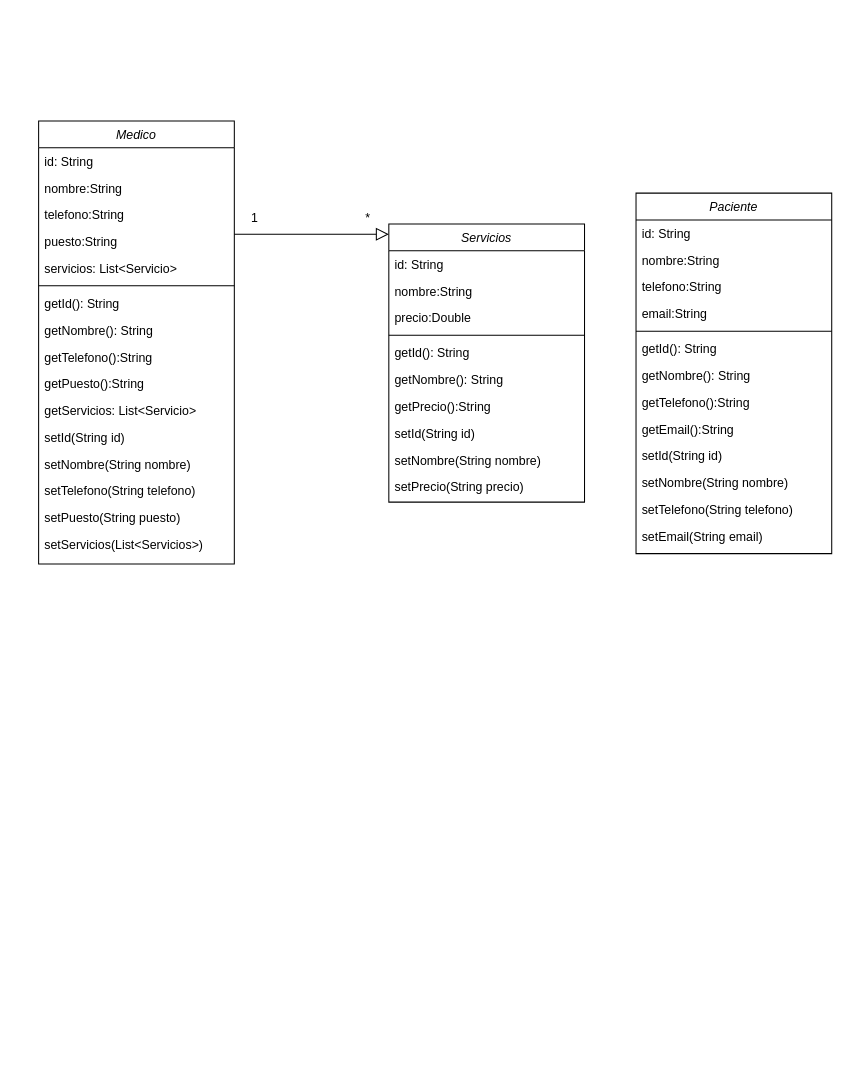
Above: CLINICA DENTAL/CLINICA DENTAL/build/classes/Diagramas/DiagramaClasesProyecto.drawio in IsaacVil/Simulated-Clinic-Object-Oriented-Programming (draw.io), before the change. Source tidied: cells renumbered, new cells numbered last; positions are measured from the earlier drawing's top-left corner, leaving out a move shared by most shapes. Both pictures are drawn from the tidied source at 103%, with x=0, y=0 at pixel (38, 121).
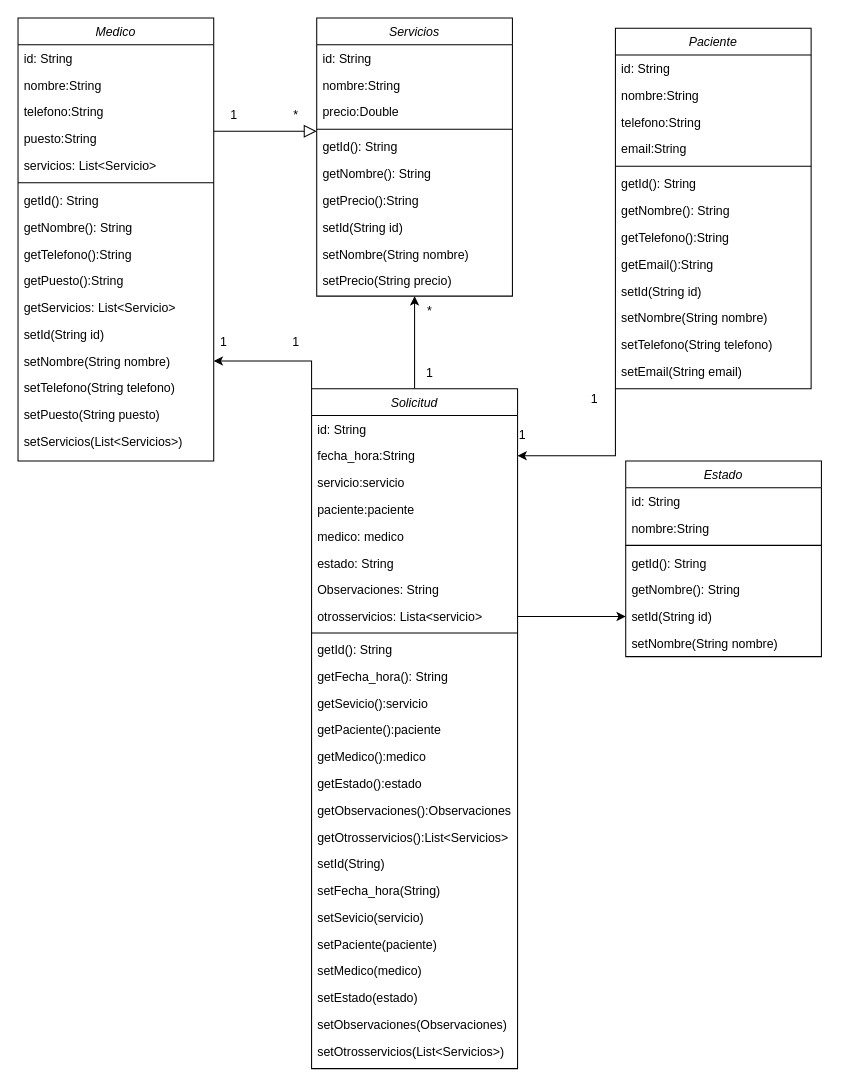
Above is the later version.

The change refers to these unchanged cells:
```xml
<mxCell id="15" value="setNombre(String nombre)" style="text;align=left;verticalAlign=top;spacingLeft=4;spacingRight=4;overflow=hidden;points=[[0,0.5],[1,0.5]];portConstraint=eastwest;" parent="2" vertex="1">
  <mxGeometry y="320" width="190" height="26" as="geometry" />
</mxCell>
```

Diff of the diagram source:
```diff
@@
     <mxCell id="2" value="Medico" style="swimlane;fontStyle=2;align=center;verticalAlign=top;horizontal=1;startSize=26;rounded=0;shadow=0;strokeWidth=1;" parent="1" vertex="1">
-      <mxGeometry width="190" height="430" as="geometry" />
+      <mxGeometry x="-20" y="-100" width="190" height="430" as="geometry" />
     </mxCell>
@@
+    <mxCell id="47" style="edgeStyle=orthogonalEdgeStyle;rounded=0;jettySize=auto;html=1;exitX=0;exitY=1;exitDx=0;exitDy=0;entryX=1;entryY=0.5;entryDx=0;entryDy=0;" parent="1" edge="1" source="19" target="52">
+      <mxGeometry relative="1" as="geometry" />
+    </mxCell>
     <mxCell id="19" value="Paciente" style="swimlane;fontStyle=2;align=center;verticalAlign=top;horizontal=1;startSize=26;rounded=0;shadow=0;strokeWidth=1;" parent="1" vertex="1">
-      <mxGeometry x="580" y="70" width="190" height="350" as="geometry" />
+      <mxGeometry x="560" y="-90" width="190" height="350" as="geometry" />
     </mxCell>
@@
     <mxCell id="33" value="Servicios" style="swimlane;fontStyle=2;align=center;verticalAlign=top;horizontal=1;startSize=26;rounded=0;shadow=0;strokeWidth=1;" parent="1" vertex="1">
-      <mxGeometry x="340" y="100" width="190" height="270" as="geometry" />
+      <mxGeometry x="270" y="-100" width="190" height="270" as="geometry" />
     </mxCell>
@@
     <mxCell id="44" style="endArrow=block;endSize=10;endFill=0;shadow=0;strokeWidth=1;rounded=0;curved=0;edgeStyle=elbowEdgeStyle;elbow=vertical;" parent="1" edge="1" target="33">
       <mxGeometry relative="1" as="geometry">
-        <mxPoint x="190" y="110" as="sourcePoint" />
+        <mxPoint x="170" y="10" as="sourcePoint" />
       </mxGeometry>
     </mxCell>
     <mxCell id="45" value="1" style="text;html=1;align=center;verticalAlign=middle;whiteSpace=wrap;rounded=0;" parent="1" vertex="1">
-      <mxGeometry x="180" y="80" width="60" height="30" as="geometry" />
+      <mxGeometry x="160" y="-20" width="60" height="30" as="geometry" />
     </mxCell>
     <mxCell id="46" value="*" style="text;html=1;align=center;verticalAlign=middle;whiteSpace=wrap;rounded=0;" parent="1" vertex="1">
-      <mxGeometry x="290" y="80" width="60" height="30" as="geometry" />
+      <mxGeometry x="220" y="-20" width="60" height="30" as="geometry" />
     </mxCell>
+    <mxCell id="48" style="edgeStyle=orthogonalEdgeStyle;rounded=0;jettySize=auto;html=1;exitX=0.5;exitY=0;exitDx=0;exitDy=0;entryX=0.5;entryY=1;entryDx=0;entryDy=0;" parent="1" edge="1" source="50" target="33">
+      <mxGeometry relative="1" as="geometry" />
+    </mxCell>
+    <mxCell id="49" style="edgeStyle=orthogonalEdgeStyle;rounded=0;jettySize=auto;html=1;exitX=0;exitY=0;exitDx=0;exitDy=0;entryX=1;entryY=0.5;entryDx=0;entryDy=0;" parent="1" edge="1" source="50" target="15">
+      <mxGeometry relative="1" as="geometry" />
+    </mxCell>
+    <mxCell id="50" value="Solicitud" style="swimlane;fontStyle=2;align=center;verticalAlign=top;horizontal=1;startSize=26;rounded=0;shadow=0;strokeWidth=1;" parent="1" vertex="1">
+      <mxGeometry x="265" y="260" width="200" height="660" as="geometry" />
+    </mxCell>
+    <mxCell id="51" value="id: String" style="text;align=left;verticalAlign=top;spacingLeft=4;spacingRight=4;overflow=hidden;" parent="50" vertex="1">
+      <mxGeometry y="26" width="200" height="26" as="geometry" />
+    </mxCell>
+    <mxCell id="52" value="fecha_hora:String" style="text;align=left;verticalAlign=top;spacingLeft=4;spacingRight=4;overflow=hidden;points=[[0,0.5],[1,0.5]];portConstraint=eastwest;rounded=0;shadow=0;html=0;" parent="50" vertex="1">
+      <mxGeometry y="52" width="200" height="26" as="geometry" />
+    </mxCell>
+    <mxCell id="53" value="servicio:servicio" style="text;align=left;verticalAlign=top;spacingLeft=4;spacingRight=4;overflow=hidden;rounded=0;shadow=0;html=0;" parent="50" vertex="1">
+      <mxGeometry y="78" width="200" height="26" as="geometry" />
+    </mxCell>
+    <mxCell id="54" value="paciente:paciente" style="text;align=left;verticalAlign=top;spacingLeft=4;spacingRight=4;overflow=hidden;" parent="50" vertex="1">
+      <mxGeometry y="104" width="200" height="26" as="geometry" />
+    </mxCell>
+    <mxCell id="55" value="medico: medico" style="text;align=left;verticalAlign=top;spacingLeft=4;spacingRight=4;overflow=hidden;" parent="50" vertex="1">
+      <mxGeometry y="130" width="200" height="26" as="geometry" />
+    </mxCell>
+    <mxCell id="56" value="estado: String" style="text;align=left;verticalAlign=top;spacingLeft=4;spacingRight=4;overflow=hidden;" parent="50" vertex="1">
+      <mxGeometry y="156" width="200" height="26" as="geometry" />
+    </mxCell>
+    <mxCell id="57" value="Observaciones: String" style="text;align=left;verticalAlign=top;spacingLeft=4;spacingRight=4;overflow=hidden;" parent="50" vertex="1">
+      <mxGeometry y="182" width="200" height="26" as="geometry" />
+    </mxCell>
+    <mxCell id="58" value="otrosservicios: Lista&lt;servicio&gt;" style="text;align=left;verticalAlign=top;spacingLeft=4;spacingRight=4;overflow=hidden;points=[[0,0.5],[1,0.5]];portConstraint=eastwest;" parent="50" vertex="1">
+      <mxGeometry y="208" width="200" height="26" as="geometry" />
+    </mxCell>
+    <mxCell id="59" style="line;html=1;strokeWidth=1;align=left;verticalAlign=middle;spacingTop=-1;spacingLeft=3;spacingRight=3;labelPosition=right;" parent="50" vertex="1">
+      <mxGeometry y="234" width="200" height="6" as="geometry" />
+    </mxCell>
+    <mxCell id="60" value="getId(): String" style="text;align=left;verticalAlign=top;spacingLeft=4;spacingRight=4;overflow=hidden;" parent="50" vertex="1">
+      <mxGeometry y="240" width="200" height="26" as="geometry" />
+    </mxCell>
+    <mxCell id="61" value="getFecha_hora(): String" style="text;align=left;verticalAlign=top;spacingLeft=4;spacingRight=4;overflow=hidden;" parent="50" vertex="1">
+      <mxGeometry y="266" width="200" height="26" as="geometry" />
+    </mxCell>
+    <mxCell id="62" value="getSevicio():servicio" style="text;align=left;verticalAlign=top;spacingLeft=4;spacingRight=4;overflow=hidden;" parent="50" vertex="1">
+      <mxGeometry y="292" width="200" height="26" as="geometry" />
+    </mxCell>
+    <mxCell id="63" value="getPaciente():paciente" style="text;align=left;verticalAlign=top;spacingLeft=4;spacingRight=4;overflow=hidden;" parent="50" vertex="1">
+      <mxGeometry y="318" width="200" height="26" as="geometry" />
+    </mxCell>
+    <mxCell id="64" value="getMedico():medico" style="text;align=left;verticalAlign=top;spacingLeft=4;spacingRight=4;overflow=hidden;" parent="50" vertex="1">
+      <mxGeometry y="344" width="200" height="26" as="geometry" />
+    </mxCell>
+    <mxCell id="65" value="getEstado():estado" style="text;align=left;verticalAlign=top;spacingLeft=4;spacingRight=4;overflow=hidden;" parent="50" vertex="1">
+      <mxGeometry y="370" width="200" height="26" as="geometry" />
+    </mxCell>
+    <mxCell id="66" value="getObservaciones():Observaciones" style="text;align=left;verticalAlign=top;spacingLeft=4;spacingRight=4;overflow=hidden;" parent="50" vertex="1">
+      <mxGeometry y="396" width="200" height="26" as="geometry" />
+    </mxCell>
+    <mxCell id="67" value="getOtrosservicios():List&lt;Servicios&gt;" style="text;align=left;verticalAlign=top;spacingLeft=4;spacingRight=4;overflow=hidden;" parent="50" vertex="1">
+      <mxGeometry y="422" width="200" height="26" as="geometry" />
+    </mxCell>
+    <mxCell id="68" value="setId(String)" style="text;align=left;verticalAlign=top;spacingLeft=4;spacingRight=4;overflow=hidden;" parent="50" vertex="1">
+      <mxGeometry y="448" width="200" height="26" as="geometry" />
+    </mxCell>
+    <mxCell id="69" value="setFecha_hora(String)" style="text;align=left;verticalAlign=top;spacingLeft=4;spacingRight=4;overflow=hidden;" parent="50" vertex="1">
+      <mxGeometry y="474" width="200" height="26" as="geometry" />
+    </mxCell>
+    <mxCell id="70" value="setSevicio(servicio)" style="text;align=left;verticalAlign=top;spacingLeft=4;spacingRight=4;overflow=hidden;" parent="50" vertex="1">
+      <mxGeometry y="500" width="200" height="26" as="geometry" />
+    </mxCell>
+    <mxCell id="71" value="setPaciente(paciente)" style="text;align=left;verticalAlign=top;spacingLeft=4;spacingRight=4;overflow=hidden;" parent="50" vertex="1">
+      <mxGeometry y="526" width="200" height="26" as="geometry" />
+    </mxCell>
+    <mxCell id="72" value="setMedico(medico)" style="text;align=left;verticalAlign=top;spacingLeft=4;spacingRight=4;overflow=hidden;" parent="50" vertex="1">
+      <mxGeometry y="552" width="200" height="26" as="geometry" />
+    </mxCell>
+    <mxCell id="73" value="setEstado(estado)" style="text;align=left;verticalAlign=top;spacingLeft=4;spacingRight=4;overflow=hidden;" parent="50" vertex="1">
+      <mxGeometry y="578" width="200" height="26" as="geometry" />
+    </mxCell>
+    <mxCell id="74" value="setObservaciones(Observaciones)" style="text;align=left;verticalAlign=top;spacingLeft=4;spacingRight=4;overflow=hidden;" parent="50" vertex="1">
+      <mxGeometry y="604" width="200" height="26" as="geometry" />
+    </mxCell>
+    <mxCell id="75" value="setOtrosservicios(List&lt;Servicios&gt;)" style="text;align=left;verticalAlign=top;spacingLeft=4;spacingRight=4;overflow=hidden;" parent="50" vertex="1">
+      <mxGeometry y="630" width="200" height="26" as="geometry" />
+    </mxCell>
+    <mxCell id="76" value="Estado" style="swimlane;fontStyle=2;align=center;verticalAlign=top;horizontal=1;startSize=26;rounded=0;shadow=0;strokeWidth=1;" parent="1" vertex="1">
+      <mxGeometry x="570" y="330" width="190" height="190" as="geometry" />
+    </mxCell>
+    <mxCell id="77" value="id: String" style="text;align=left;verticalAlign=top;spacingLeft=4;spacingRight=4;overflow=hidden;" parent="76" vertex="1">
+      <mxGeometry y="26" width="190" height="26" as="geometry" />
+    </mxCell>
+    <mxCell id="78" value="nombre:String" style="text;align=left;verticalAlign=top;spacingLeft=4;spacingRight=4;overflow=hidden;rounded=0;shadow=0;html=0;" parent="76" vertex="1">
+      <mxGeometry y="52" width="190" height="26" as="geometry" />
+    </mxCell>
+    <mxCell id="79" style="line;html=1;strokeWidth=1;align=left;verticalAlign=middle;spacingTop=-1;spacingLeft=3;spacingRight=3;labelPosition=right;" parent="76" vertex="1">
+      <mxGeometry y="78" width="190" height="8" as="geometry" />
+    </mxCell>
+    <mxCell id="80" value="getId(): String" style="text;align=left;verticalAlign=top;spacingLeft=4;spacingRight=4;overflow=hidden;" parent="76" vertex="1">
+      <mxGeometry y="86" width="190" height="26" as="geometry" />
+    </mxCell>
+    <mxCell id="81" value="getNombre(): String" style="text;align=left;verticalAlign=top;spacingLeft=4;spacingRight=4;overflow=hidden;" parent="76" vertex="1">
+      <mxGeometry y="112" width="190" height="26" as="geometry" />
+    </mxCell>
+    <mxCell id="82" value="setId(String id)" style="text;align=left;verticalAlign=top;spacingLeft=4;spacingRight=4;overflow=hidden;points=[[0,0.5],[1,0.5]];portConstraint=eastwest;" parent="76" vertex="1">
+      <mxGeometry y="138" width="190" height="26" as="geometry" />
+    </mxCell>
+    <mxCell id="83" value="setNombre(String nombre)" style="text;align=left;verticalAlign=top;spacingLeft=4;spacingRight=4;overflow=hidden;" parent="76" vertex="1">
+      <mxGeometry y="164" width="190" height="26" as="geometry" />
+    </mxCell>
+    <mxCell id="84" style="edgeStyle=orthogonalEdgeStyle;rounded=0;jettySize=auto;html=1;exitX=1;exitY=0.5;exitDx=0;exitDy=0;entryX=0;entryY=0.5;entryDx=0;entryDy=0;" parent="1" edge="1" source="58" target="82">
+      <mxGeometry relative="1" as="geometry" />
+    </mxCell>
+    <mxCell id="85" value="1" style="text;html=1;align=center;verticalAlign=middle;whiteSpace=wrap;rounded=0;" parent="1" vertex="1">
+      <mxGeometry x="150" y="200" width="60" height="30" as="geometry" />
+    </mxCell>
+    <mxCell id="86" value="1" style="text;html=1;align=center;verticalAlign=middle;whiteSpace=wrap;rounded=0;" parent="1" vertex="1">
+      <mxGeometry x="220" y="200" width="60" height="30" as="geometry" />
+    </mxCell>
+    <mxCell id="87" value="1" style="text;html=1;align=center;verticalAlign=middle;whiteSpace=wrap;rounded=0;" parent="1" vertex="1">
+      <mxGeometry x="350" y="230" width="60" height="30" as="geometry" />
+    </mxCell>
+    <mxCell id="88" value="*" style="text;html=1;align=center;verticalAlign=middle;whiteSpace=wrap;rounded=0;" parent="1" vertex="1">
+      <mxGeometry x="350" y="170" width="60" height="30" as="geometry" />
+    </mxCell>
+    <mxCell id="89" value="1" style="text;html=1;align=center;verticalAlign=middle;whiteSpace=wrap;rounded=0;" parent="1" vertex="1">
+      <mxGeometry x="440" y="290" width="60" height="30" as="geometry" />
+    </mxCell>
+    <mxCell id="90" value="1" style="text;html=1;align=center;verticalAlign=middle;whiteSpace=wrap;rounded=0;" parent="1" vertex="1">
+      <mxGeometry x="520" y="260" width="40" height="20" as="geometry" />
+    </mxCell>
```
